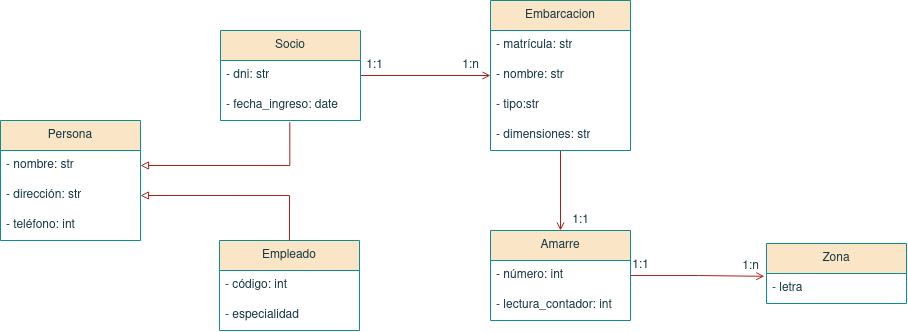
Above: Tema 5. Diagramas de clase/ClubNautico.drawio.png in colidom/ets (draw.io), before the change. Source tidied: cells renumbered, new cells last; positions are measured from the earlier drawing's top-left corner, leaving out a move shared by most shapes.
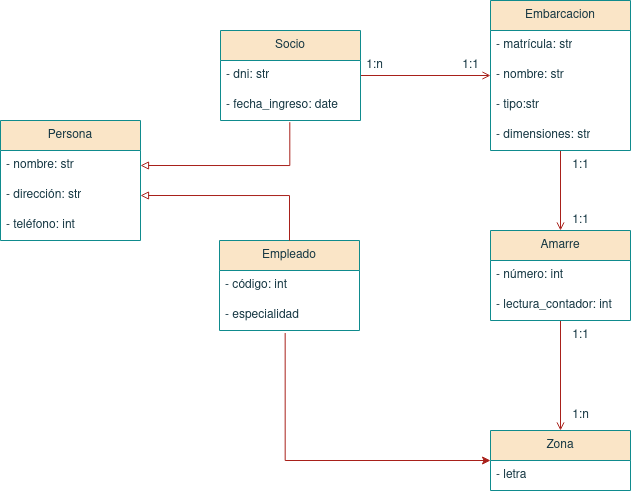
Above is the later version.

Diff of the diagram source:
```diff
@@ -63,7 +63,7 @@
     <mxCell id="20" value="- dimensiones: str" style="text;strokeColor=none;fillColor=none;align=left;verticalAlign=middle;spacingLeft=4;spacingRight=4;overflow=hidden;whiteSpace=wrap;html=1;fontColor=#143642;" parent="16" vertex="1">
       <mxGeometry y="120" width="140" height="30" as="geometry" />
     </mxCell>
-    <mxCell id="21" style="edgeStyle=orthogonalEdgeStyle;rounded=0;jettySize=auto;html=1;strokeColor=#A8201A;fontColor=#143642;endArrow=open;endFill=0;fillColor=#FAE5C7;entryX=-0.015;entryY=0.093;entryDx=0;entryDy=0;entryPerimeter=0;" parent="1" edge="1" source="22" target="26">
+    <mxCell id="21" style="edgeStyle=orthogonalEdgeStyle;rounded=0;jettySize=auto;html=1;strokeColor=#A8201A;fontColor=#143642;endArrow=open;endFill=0;fillColor=#FAE5C7;entryX=0.5;entryY=0;entryDx=0;entryDy=0;" parent="1" edge="1" source="22" target="25">
       <mxGeometry relative="1" as="geometry" />
     </mxCell>
     <mxCell id="22" value="Amarre" style="swimlane;fontStyle=0;horizontal=1;startSize=30;whiteSpace=wrap;html=1;strokeColor=#0F8B8D;fontColor=#143642;fillColor=#FAE5C7;" parent="1" vertex="1">
@@ -76,25 +76,35 @@
       <mxGeometry y="60" width="140" height="30" as="geometry" />
     </mxCell>
     <mxCell id="25" value="Zona" style="swimlane;fontStyle=0;horizontal=1;startSize=30;whiteSpace=wrap;html=1;strokeColor=#0F8B8D;fontColor=#143642;fillColor=#FAE5C7;" parent="1" vertex="1">
-      <mxGeometry x="766" y="243" width="140" height="60" as="geometry" />
+      <mxGeometry x="490" y="430" width="140" height="60" as="geometry" />
     </mxCell>
     <mxCell id="26" value="- letra" style="text;strokeColor=none;fillColor=none;align=left;verticalAlign=middle;spacingLeft=4;spacingRight=4;overflow=hidden;points=[[0,0.5],[1,0.5]];portConstraint=eastwest;whiteSpace=wrap;html=1;fontColor=#143642;" parent="25" vertex="1">
       <mxGeometry y="30" width="140" height="30" as="geometry" />
     </mxCell>
-    <mxCell id="27" value="1:n" style="text;html=1;align=center;verticalAlign=middle;strokeColor=none;fillColor=none;fontColor=#143642;" parent="1" vertex="1">
+    <mxCell id="27" value="1:1" style="text;html=1;align=center;verticalAlign=middle;strokeColor=none;fillColor=none;fontColor=#143642;" parent="1" vertex="1">
       <mxGeometry x="450" y="50" width="40" height="30" as="geometry" />
     </mxCell>
-    <mxCell id="28" value="1:1" style="text;html=1;align=center;verticalAlign=middle;strokeColor=none;fillColor=none;fontColor=#143642;" parent="1" vertex="1">
+    <mxCell id="28" value="1:n" style="text;html=1;align=center;verticalAlign=middle;strokeColor=none;fillColor=none;fontColor=#143642;" parent="1" vertex="1">
       <mxGeometry x="354" y="50" width="40" height="30" as="geometry" />
     </mxCell>
     <mxCell id="29" value="1:1" style="text;html=1;align=center;verticalAlign=middle;strokeColor=none;fillColor=none;fontColor=#143642;" parent="1" vertex="1">
       <mxGeometry x="560" y="205" width="40" height="30" as="geometry" />
     </mxCell>
     <mxCell id="30" value="1:1" style="text;html=1;align=center;verticalAlign=middle;strokeColor=none;fillColor=none;fontColor=#143642;" parent="1" vertex="1">
-      <mxGeometry x="620" y="250" width="40" height="30" as="geometry" />
+      <mxGeometry x="560" y="320" width="40" height="30" as="geometry" />
     </mxCell>
     <mxCell id="31" value="1:n" style="text;html=1;align=center;verticalAlign=middle;strokeColor=none;fillColor=none;fontColor=#143642;" parent="1" vertex="1">
-      <mxGeometry x="730" y="251" width="40" height="30" as="geometry" />
+      <mxGeometry x="560" y="400" width="40" height="30" as="geometry" />
     </mxCell>
+    <mxCell id="32" value="1:1" style="text;html=1;align=center;verticalAlign=middle;strokeColor=none;fillColor=none;fontColor=#143642;" parent="1" vertex="1">
+      <mxGeometry x="560" y="150" width="40" height="30" as="geometry" />
+    </mxCell>
+    <mxCell id="33" style="endArrow=classic;html=1;rounded=0;strokeColor=#A8201A;fontColor=#143642;fillColor=#FAE5C7;exitX=0.469;exitY=1.084;exitDx=0;exitDy=0;exitPerimeter=0;entryX=0;entryY=0;entryDx=0;entryDy=0;entryPerimeter=0;edgeStyle=orthogonalEdgeStyle;" parent="1" edge="1" source="12" target="26">
+      <mxGeometry relative="1" as="geometry">
+        <Array as="points">
+          <mxPoint x="285" y="460" />
+        </Array>
+      </mxGeometry>
+    </mxCell>
   </root>
 </mxGraphModel>
```
